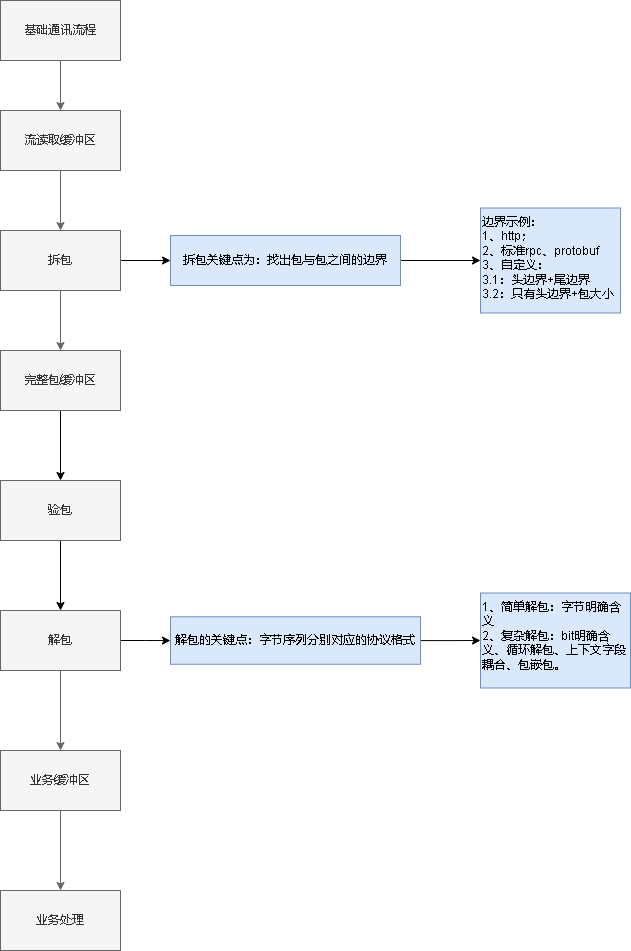
Above: cgo8_通讯设计.drawio.png in xktder/draw (draw.io), before the change. Source tidied: cells renumbered, new cells last; positions are measured from the earlier drawing's top-left corner, leaving out a move shared by most shapes.
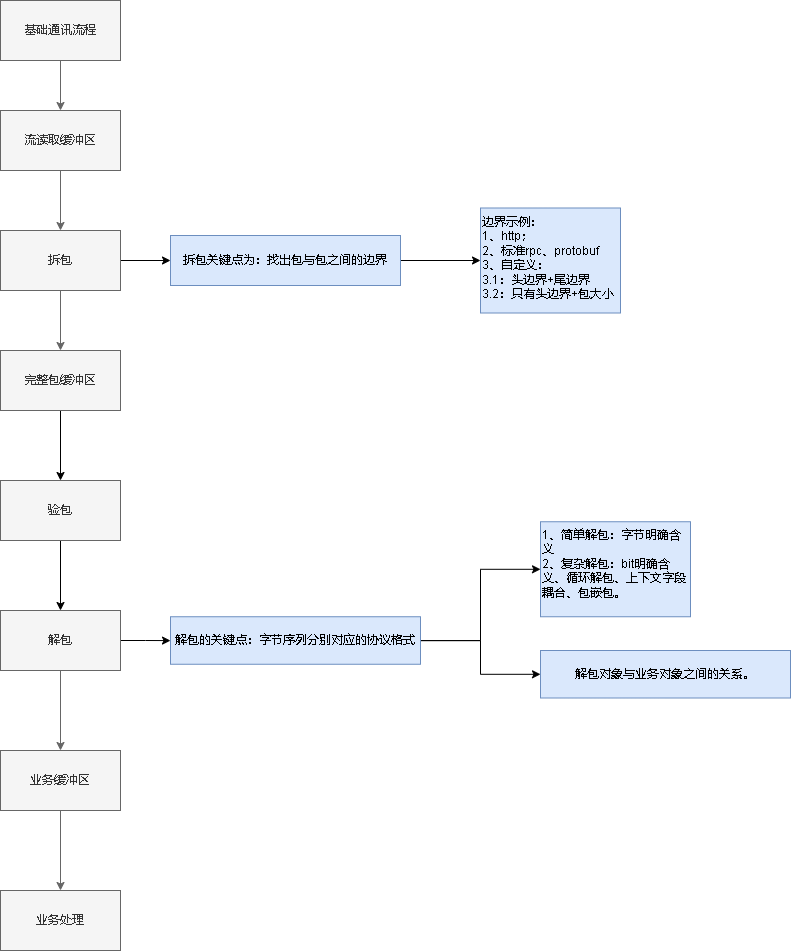
The same diagram one commit later.

Commit message:
更新cgo8_通讯设计.drawio.png

Diff of the diagram source:
```diff
@@ -56,6 +56,9 @@
     <mxCell id="19" style="edgeStyle=orthogonalEdgeStyle;rounded=0;jettySize=auto;html=1;" parent="1" edge="1" source="20" target="24">
       <mxGeometry relative="1" as="geometry" />
     </mxCell>
+    <mxCell id="25" style="edgeStyle=orthogonalEdgeStyle;rounded=0;jettySize=auto;html=1;" parent="1" edge="1" source="20" target="26">
+      <mxGeometry relative="1" as="geometry" />
+    </mxCell>
     <mxCell id="20" value="解包的关键点：字节序列分别对应的协议格式&lt;br&gt;" style="whiteSpace=wrap;html=1;rounded=0;fillColor=#dae8fc;strokeColor=#6c8ebf;" parent="1" vertex="1">
       <mxGeometry x="170" y="616.2" width="250" height="47.5" as="geometry" />
     </mxCell>
@@ -69,7 +72,10 @@
       <mxGeometry y="480" width="120" height="60" as="geometry" />
     </mxCell>
     <mxCell id="24" value="1、简单解包：字节明确含义&lt;br&gt;2、复杂解包：bit明确含义、循环解包、上下文字段耦合、包嵌包。" style="whiteSpace=wrap;html=1;fillColor=#dae8fc;strokeColor=#6c8ebf;rounded=0;align=left;verticalAlign=top;" parent="1" vertex="1">
-      <mxGeometry x="480" y="592.5" width="150" height="95" as="geometry" />
+      <mxGeometry x="540" y="521.2" width="150" height="95" as="geometry" />
     </mxCell>
+    <mxCell id="26" value="解包对象与业务对象之间的关系。" style="whiteSpace=wrap;html=1;rounded=0;fillColor=#dae8fc;strokeColor=#6c8ebf;" parent="1" vertex="1">
+      <mxGeometry x="540" y="650" width="250" height="47.5" as="geometry" />
+    </mxCell>
   </root>
 </mxGraphModel>
```
